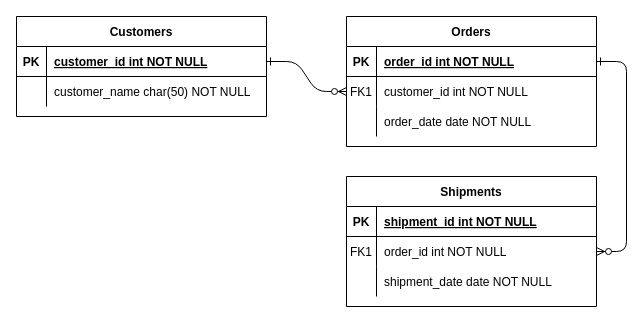
Above: src/main/resources/Untitled Diagram.drawio in HughHuynh97/database (draw.io), before the change. Source tidied: cells renumbered, new cells numbered last; positions are measured from the earlier drawing's top-left corner, leaving out a move shared by most shapes. Both pictures are drawn from the tidied source at 100%, with x=0, y=0 at pixel (16, 16).
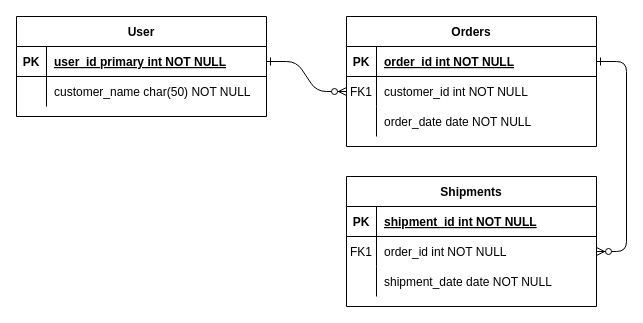
Above is the later version.

Unchanged cells that the change refers to:
```xml
<mxCell id="25" style="shape=partialRectangle;fillColor=none;points=[[0,0.5],[1,0.5]];portConstraint=eastwest;top=0;left=0;right=0;bottom=1;" parent="24" vertex="1">
  <mxGeometry y="30" width="250" height="30" as="geometry" />
</mxCell>
```

The edit, as a diff of the source:
```diff
@@
-    <mxCell id="24" value="Customers" style="shape=table;startSize=30;childLayout=tableLayout;rowLines=0;fontStyle=1;align=center;" parent="1" vertex="1">
+    <mxCell id="24" value="User" style="shape=table;startSize=30;childLayout=tableLayout;rowLines=0;fontStyle=1;align=center;" parent="1" vertex="1">
       <mxGeometry width="250" height="100" as="geometry" />
     </mxCell>
@@
-    <mxCell id="27" value="customer_id int NOT NULL " style="shape=partialRectangle;overflow=hidden;fillColor=none;top=0;left=0;bottom=0;right=0;align=left;spacingLeft=6;fontStyle=5;" parent="25" vertex="1">
+    <mxCell id="27" value="user_id primary int NOT NULL " style="shape=partialRectangle;overflow=hidden;fillColor=none;top=0;left=0;bottom=0;right=0;align=left;spacingLeft=6;fontStyle=5;" parent="25" vertex="1">
       <mxGeometry x="30" width="220" height="30" as="geometry" />
     </mxCell>
```
